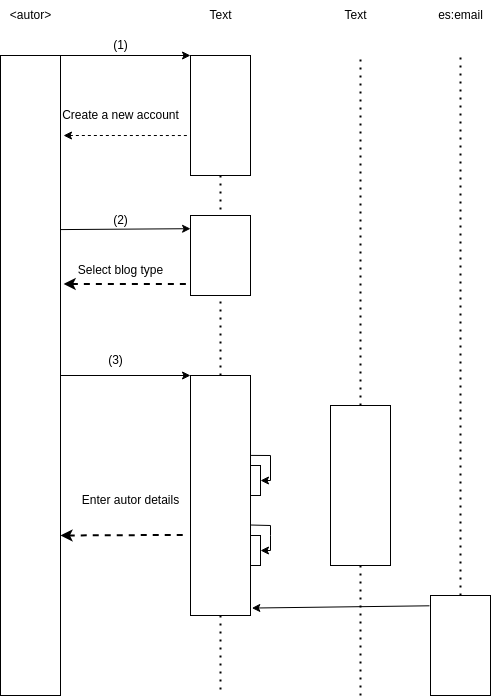
The draw.io diagram Casos de secuencia/Ejemplo de clase/Secuencia.drawio.png in JVC0/ETS, before a commit. Source tidied: cells renumbered, new cells last; positions are measured from the earlier drawing's top-left corner, leaving out a move shared by most shapes.
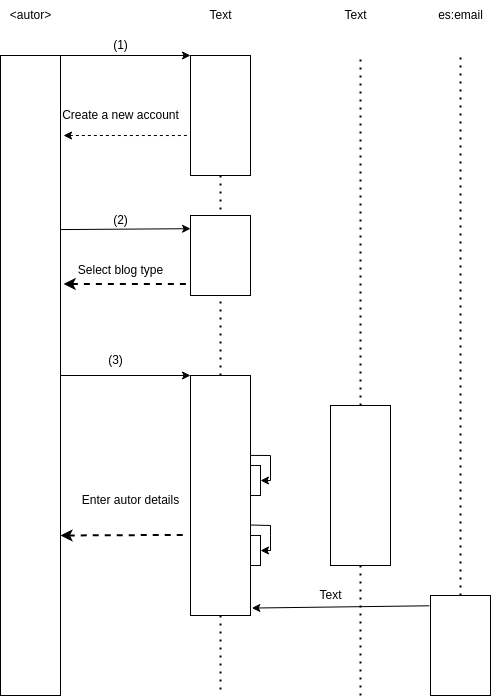
After the commit.

Change to the diagram source:
```diff
@@ -120,5 +120,8 @@
     <mxCell id="34" style="endArrow=classic;html=1;rounded=0;entryX=1.022;entryY=0.969;entryDx=0;entryDy=0;entryPerimeter=0;exitX=-0.017;exitY=0.103;exitDx=0;exitDy=0;exitPerimeter=0;" parent="1" edge="1" source="7" target="6">
       <mxGeometry relative="1" as="geometry" />
     </mxCell>
+    <mxCell id="35" value="Text" style="text;html=1;align=center;verticalAlign=middle;strokeColor=none;fillColor=none;" parent="1" vertex="1">
+      <mxGeometry x="305" y="580" width="50" height="30" as="geometry" />
+    </mxCell>
   </root>
 </mxGraphModel>
```
